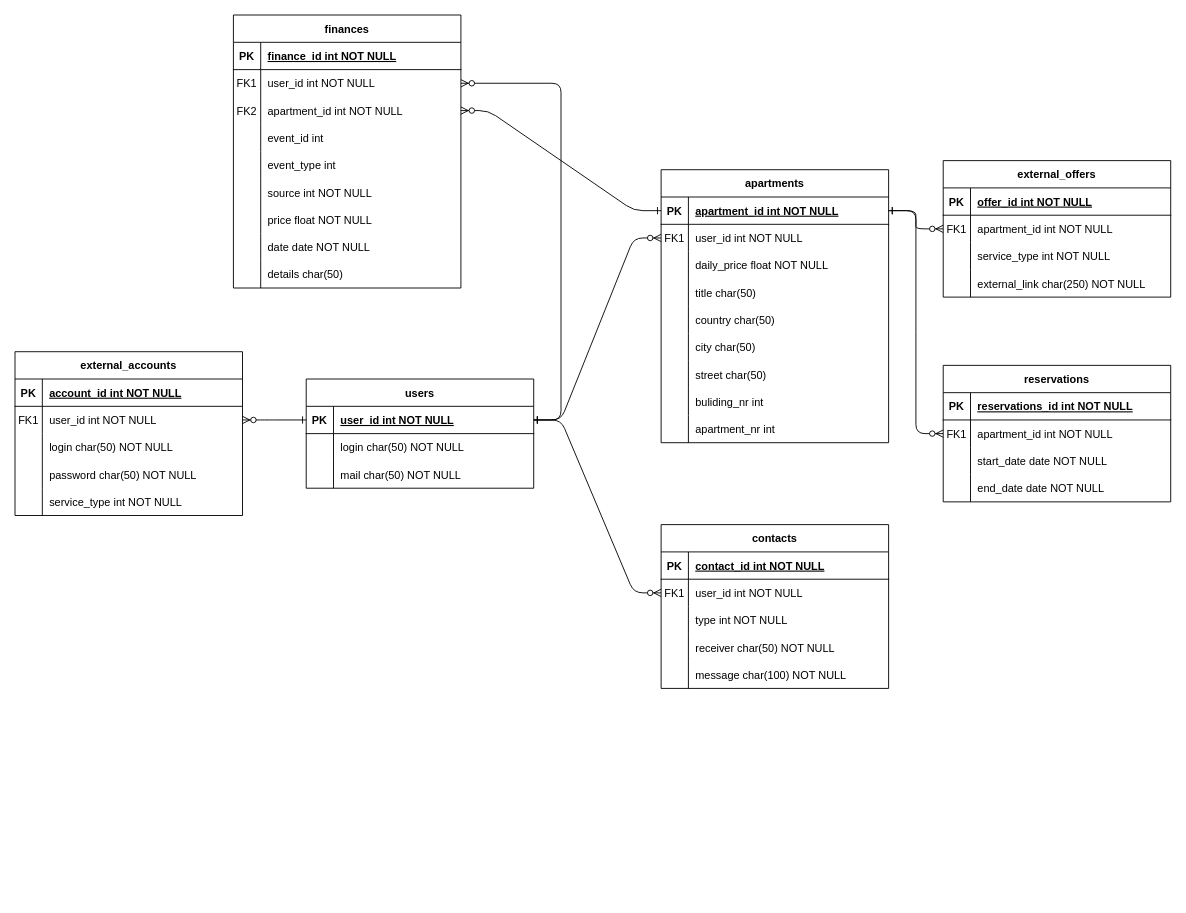
Inzynierka2k24/inzynierka keeps this draw.io diagram as diagrams/database/ApartDb.drawio. Above is the earlier version. Source tidied: cells renumbered, new cells numbered last; positions are measured from the earlier drawing's top-left corner, leaving out a move shared by most shapes. Both pictures are drawn from the tidied source at 91%, with x=0, y=0 at pixel (15, -4).
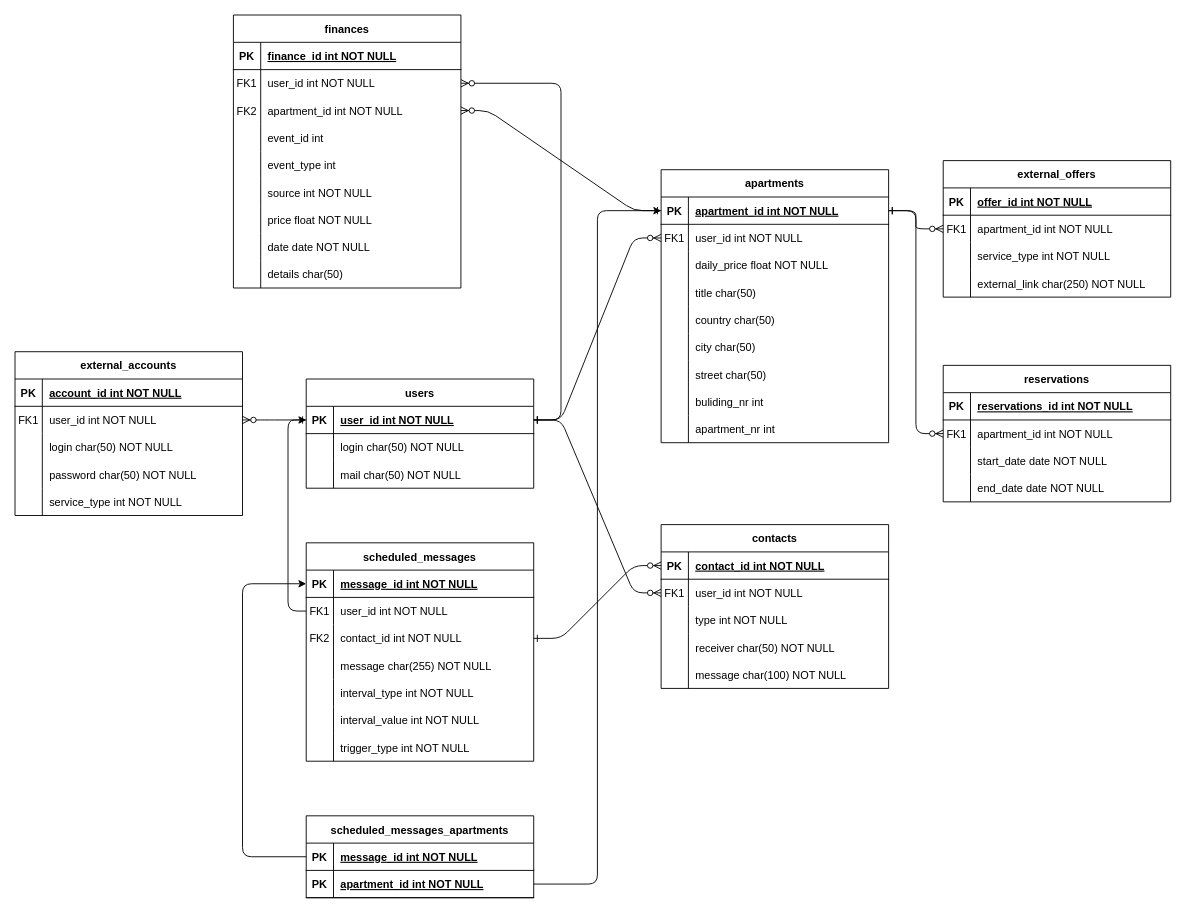
Above is the later version.

Unchanged cells that the change refers to:
```xml
<mxCell id="3" style="shape=partialRectangle;fillColor=none;points=[[0,0.5],[1,0.5]];portConstraint=eastwest;top=0;left=0;right=0;bottom=1;" parent="2" vertex="1">
  <mxGeometry y="30" width="250" height="30" as="geometry" />
</mxCell>
<mxCell id="21" style="shape=partialRectangle;fillColor=none;points=[[0,0.5],[1,0.5]];portConstraint=eastwest;top=0;left=0;right=0;bottom=1;" parent="20" vertex="1">
  <mxGeometry y="30" width="250" height="30" as="geometry" />
</mxCell>
<mxCell id="62" style="shape=partialRectangle;fillColor=none;points=[[0,0.5],[1,0.5]];portConstraint=eastwest;top=0;left=0;right=0;bottom=1;" parent="61" vertex="1">
  <mxGeometry y="30" width="250" height="30" as="geometry" />
</mxCell>
```

What changed in the source:
```diff
@@
+    <mxCell id="133" value="scheduled_messages" style="shape=table;startSize=30;childLayout=tableLayout;rowLines=0;fontStyle=1;align=center;" parent="1" vertex="1">
+      <mxGeometry x="320" y="600" width="250" height="240" as="geometry" />
+    </mxCell>
+    <mxCell id="134" style="shape=partialRectangle;fillColor=none;points=[[0,0.5],[1,0.5]];portConstraint=eastwest;top=0;left=0;right=0;bottom=1;" parent="133" vertex="1">
+      <mxGeometry y="30" width="250" height="30" as="geometry" />
+    </mxCell>
+    <mxCell id="135" value="PK" style="shape=partialRectangle;overflow=hidden;fillColor=none;top=0;left=0;bottom=0;right=0;fontStyle=1;" parent="134" vertex="1">
+      <mxGeometry width="30" height="30" as="geometry" />
+    </mxCell>
+    <mxCell id="136" value="message_id int NOT NULL" style="shape=partialRectangle;overflow=hidden;fillColor=none;top=0;left=0;bottom=0;right=0;align=left;spacingLeft=6;fontStyle=5;" parent="134" vertex="1">
+      <mxGeometry x="30" width="220" height="30" as="geometry" />
+    </mxCell>
+    <mxCell id="137" style="shape=partialRectangle;fillColor=none;points=[[0,0.5],[1,0.5]];portConstraint=eastwest;top=0;left=0;right=0;bottom=0;" parent="133" vertex="1">
+      <mxGeometry y="60" width="250" height="30" as="geometry" />
+    </mxCell>
+    <mxCell id="138" value="FK1" style="shape=partialRectangle;overflow=hidden;fillColor=none;top=0;left=0;bottom=0;right=0;" parent="137" vertex="1">
+      <mxGeometry width="30" height="30" as="geometry" />
+    </mxCell>
+    <mxCell id="139" value="user_id int NOT NULL" style="shape=partialRectangle;overflow=hidden;fillColor=none;top=0;left=0;bottom=0;right=0;align=left;spacingLeft=6;" parent="137" vertex="1">
+      <mxGeometry x="30" width="220" height="30" as="geometry" />
+    </mxCell>
+    <mxCell id="140" style="shape=partialRectangle;fillColor=none;points=[[0,0.5],[1,0.5]];portConstraint=eastwest;top=0;left=0;right=0;bottom=0;" parent="133" vertex="1">
+      <mxGeometry y="90" width="250" height="30" as="geometry" />
+    </mxCell>
+    <mxCell id="141" value="FK2" style="shape=partialRectangle;overflow=hidden;fillColor=none;top=0;left=0;bottom=0;right=0;" parent="140" vertex="1">
+      <mxGeometry width="30" height="30" as="geometry" />
+    </mxCell>
+    <mxCell id="142" value="contact_id int NOT NULL" style="shape=partialRectangle;overflow=hidden;fillColor=none;top=0;left=0;bottom=0;right=0;align=left;spacingLeft=6;" parent="140" vertex="1">
+      <mxGeometry x="30" width="220" height="30" as="geometry" />
+    </mxCell>
+    <mxCell id="143" style="shape=partialRectangle;fillColor=none;top=0;left=0;right=0;bottom=0;" parent="133" vertex="1">
+      <mxGeometry y="120" width="250" height="30" as="geometry" />
+    </mxCell>
+    <mxCell id="144" style="shape=partialRectangle;overflow=hidden;fillColor=none;top=0;left=0;bottom=0;right=0;" parent="143" vertex="1">
+      <mxGeometry width="30" height="30" as="geometry" />
+    </mxCell>
+    <mxCell id="145" value="message char(255) NOT NULL" style="shape=partialRectangle;overflow=hidden;fillColor=none;top=0;left=0;bottom=0;right=0;align=left;spacingLeft=6;" parent="143" vertex="1">
+      <mxGeometry x="30" width="220" height="30" as="geometry" />
+    </mxCell>
+    <mxCell id="146" style="shape=partialRectangle;fillColor=none;top=0;left=0;right=0;bottom=0;" parent="133" vertex="1">
+      <mxGeometry y="150" width="250" height="30" as="geometry" />
+    </mxCell>
+    <mxCell id="147" style="shape=partialRectangle;overflow=hidden;fillColor=none;top=0;left=0;bottom=0;right=0;" parent="146" vertex="1">
+      <mxGeometry width="30" height="30" as="geometry" />
+    </mxCell>
+    <mxCell id="148" value="interval_type int NOT NULL" style="shape=partialRectangle;overflow=hidden;fillColor=none;top=0;left=0;bottom=0;right=0;align=left;spacingLeft=6;" parent="146" vertex="1">
+      <mxGeometry x="30" width="220" height="30" as="geometry" />
+    </mxCell>
+    <mxCell id="149" style="shape=partialRectangle;fillColor=none;top=0;left=0;right=0;bottom=0;" parent="133" vertex="1">
+      <mxGeometry y="180" width="250" height="30" as="geometry" />
+    </mxCell>
+    <mxCell id="150" style="shape=partialRectangle;overflow=hidden;fillColor=none;top=0;left=0;bottom=0;right=0;" parent="149" vertex="1">
+      <mxGeometry width="30" height="30" as="geometry" />
+    </mxCell>
+    <mxCell id="151" value="interval_value int NOT NULL" style="shape=partialRectangle;overflow=hidden;fillColor=none;top=0;left=0;bottom=0;right=0;align=left;spacingLeft=6;" parent="149" vertex="1">
+      <mxGeometry x="30" width="220" height="30" as="geometry" />
+    </mxCell>
+    <mxCell id="152" style="shape=partialRectangle;fillColor=none;top=0;left=0;right=0;bottom=0;" parent="133" vertex="1">
+      <mxGeometry y="210" width="250" height="30" as="geometry" />
+    </mxCell>
+    <mxCell id="153" style="shape=partialRectangle;overflow=hidden;fillColor=none;top=0;left=0;bottom=0;right=0;" parent="152" vertex="1">
+      <mxGeometry width="30" height="30" as="geometry" />
+    </mxCell>
+    <mxCell id="154" value="trigger_type int NOT NULL" style="shape=partialRectangle;overflow=hidden;fillColor=none;top=0;left=0;bottom=0;right=0;align=left;spacingLeft=6;" parent="152" vertex="1">
+      <mxGeometry x="30" width="220" height="30" as="geometry" />
+    </mxCell>
+    <mxCell id="155" style="edgeStyle=entityRelationEdgeStyle;endArrow=ERzeroToMany;startArrow=ERone;endFill=1;startFill=0;exitX=1;exitY=0.5;exitDx=0;exitDy=0;entryX=0;entryY=0.5;entryDx=0;entryDy=0;" parent="1" edge="1" source="140" target="3">
+      <mxGeometry relative="1" as="geometry">
+        <Array as="points">
+          <mxPoint x="740" y="645" />
+          <mxPoint x="520" y="750" />
+          <mxPoint x="520" y="835" />
+          <mxPoint x="740" y="785" />
+          <mxPoint x="730" y="985" />
+          <mxPoint x="480" y="655" />
+          <mxPoint x="740" y="665" />
+          <mxPoint x="750" y="795" />
+          <mxPoint x="760" y="775" />
+        </Array>
+      </mxGeometry>
+    </mxCell>
+    <mxCell id="156" style="edgeStyle=orthogonalEdgeStyle;rounded=1;jettySize=auto;html=1;exitX=0;exitY=0.5;exitDx=0;exitDy=0;entryX=0;entryY=0.5;entryDx=0;entryDy=0;" parent="1" edge="1" source="137" target="62">
+      <mxGeometry relative="1" as="geometry" />
+    </mxCell>
+    <mxCell id="157" value="scheduled_messages_apartments" style="shape=table;startSize=30;childLayout=tableLayout;rowLines=0;fontStyle=1;align=center;" parent="1" vertex="1">
+      <mxGeometry x="320" y="900" width="250" height="90" as="geometry" />
+    </mxCell>
+    <mxCell id="158" style="shape=partialRectangle;fillColor=none;points=[[0,0.5],[1,0.5]];portConstraint=eastwest;top=0;left=0;right=0;bottom=1;" parent="157" vertex="1">
+      <mxGeometry y="30" width="250" height="30" as="geometry" />
+    </mxCell>
+    <mxCell id="159" value="PK" style="shape=partialRectangle;overflow=hidden;fillColor=none;top=0;left=0;bottom=0;right=0;fontStyle=1;" parent="158" vertex="1">
+      <mxGeometry width="30" height="30" as="geometry" />
+    </mxCell>
+    <mxCell id="160" value="message_id int NOT NULL" style="shape=partialRectangle;overflow=hidden;fillColor=none;top=0;left=0;bottom=0;right=0;align=left;spacingLeft=6;fontStyle=5;" parent="158" vertex="1">
+      <mxGeometry x="30" width="220" height="30" as="geometry" />
+    </mxCell>
+    <mxCell id="161" style="shape=partialRectangle;fillColor=none;points=[[0,0.5],[1,0.5]];portConstraint=eastwest;top=0;left=0;right=0;bottom=1;" parent="157" vertex="1">
+      <mxGeometry y="60" width="250" height="30" as="geometry" />
+    </mxCell>
+    <mxCell id="162" value="PK" style="shape=partialRectangle;overflow=hidden;fillColor=none;top=0;left=0;bottom=0;right=0;fontStyle=1;" parent="161" vertex="1">
+      <mxGeometry width="30" height="30" as="geometry" />
+    </mxCell>
+    <mxCell id="163" value="apartment_id int NOT NULL" style="shape=partialRectangle;overflow=hidden;fillColor=none;top=0;left=0;bottom=0;right=0;align=left;spacingLeft=6;fontStyle=5;" parent="161" vertex="1">
+      <mxGeometry x="30" width="220" height="30" as="geometry" />
+    </mxCell>
+    <mxCell id="164" style="edgeStyle=orthogonalEdgeStyle;rounded=1;jettySize=auto;html=1;exitX=1;exitY=0.5;exitDx=0;exitDy=0;entryX=0;entryY=0.5;entryDx=0;entryDy=0;" parent="1" edge="1" source="161" target="21">
+      <mxGeometry relative="1" as="geometry" />
+    </mxCell>
+    <mxCell id="165" style="edgeStyle=orthogonalEdgeStyle;rounded=1;jettySize=auto;html=1;exitX=0;exitY=0.5;exitDx=0;exitDy=0;entryX=0;entryY=0.5;entryDx=0;entryDy=0;" parent="1" edge="1" source="158" target="134">
+      <mxGeometry relative="1" as="geometry">
+        <Array as="points">
+          <mxPoint x="250" y="945" />
+          <mxPoint x="250" y="645" />
+        </Array>
+      </mxGeometry>
+    </mxCell>
```
